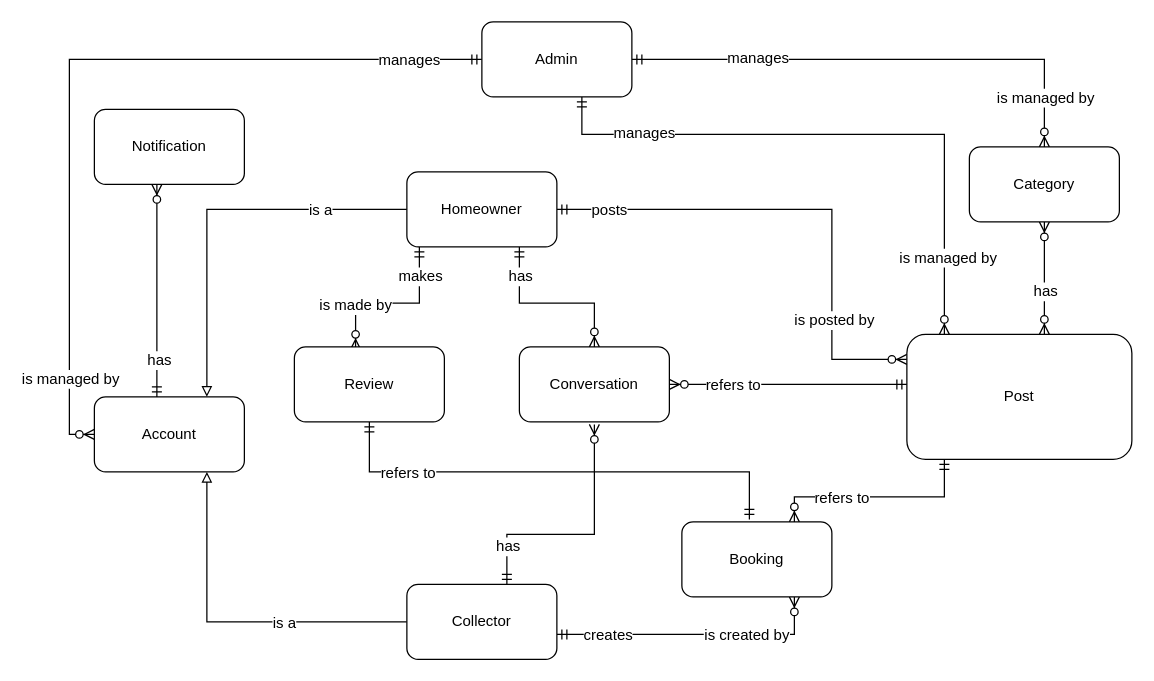
Before: Document/Diagram/Scrap Collector Conceptual Diagram.drawio in datndse63093/Capstone_JS_Spring2020_FE_Doc, a draw.io diagram. Source tidied: cells renumbered, new cells numbered last; positions are measured from the earlier drawing's top-left corner, leaving out a move shared by most shapes. Both pictures are drawn from the tidied source at 125%, with x=0, y=0 at pixel (94, 21).
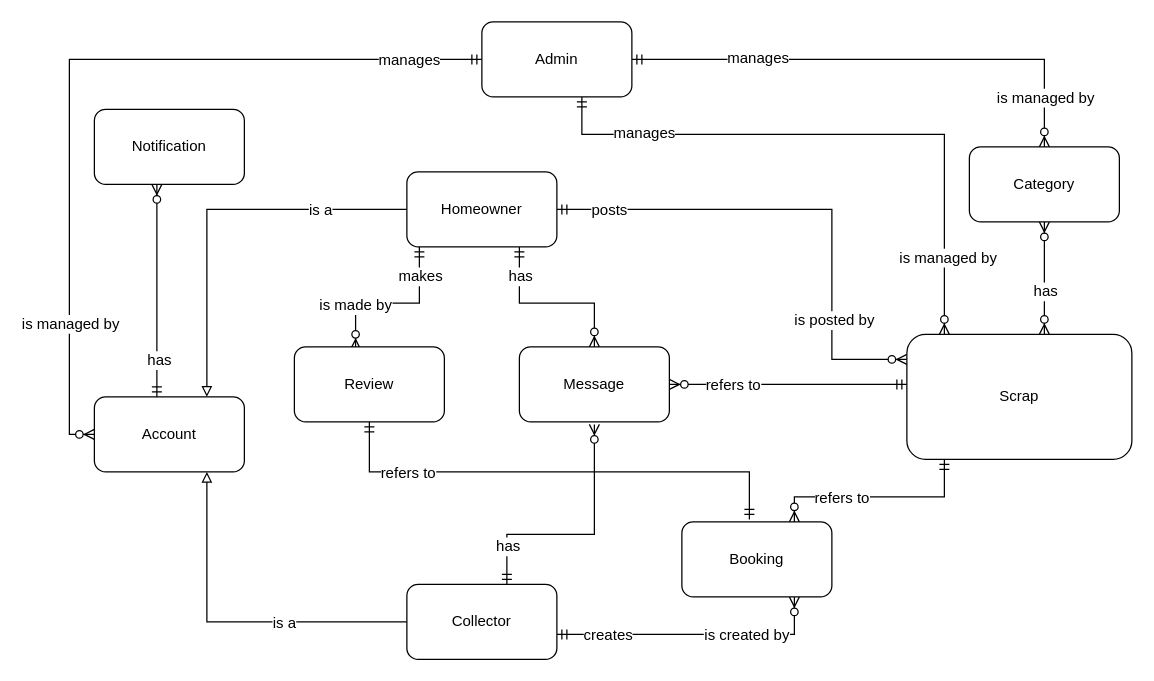
The same page after the edit.

Commit message (it also covers changes not shown here):
update class diagram + document

Unchanged cells that the change refers to:
```xml
<mxCell id="3" style="edgeStyle=orthogonalEdgeStyle;rounded=0;jettySize=auto;html=1;entryX=0;entryY=0.5;entryDx=0;entryDy=0;startArrow=ERmandOne;startFill=0;endArrow=ERzeroToMany;endFill=1;" parent="1" edge="1" source="12" target="2">
  <mxGeometry relative="1" as="geometry" />
</mxCell>
```

What changed in the source:
```diff
@@
     <mxCell id="5" value="is managed by" style="text;html=1;align=center;verticalAlign=middle;labelBackgroundColor=#ffffff;" parent="3" vertex="1">
-      <mxGeometry x="0.8" relative="1" as="geometry" />
+      <mxGeometry x="0.8" relative="1" as="geometry">
+        <mxPoint y="-44" as="offset" />
+      </mxGeometry>
     </mxCell>
@@
-    <mxCell id="38" value="Conversation" style="rounded=1;whiteSpace=wrap;html=1;" parent="1" vertex="1">
+    <mxCell id="38" value="Message" style="rounded=1;whiteSpace=wrap;html=1;" parent="1" vertex="1">
       <mxGeometry x="340" y="260" width="120" height="60" as="geometry" />
     </mxCell>
@@
-    <mxCell id="45" value="Post" style="rounded=1;whiteSpace=wrap;html=1;" parent="1" vertex="1">
+    <mxCell id="45" value="&lt;div&gt;Scrap&lt;/div&gt;" style="rounded=1;whiteSpace=wrap;html=1;" parent="1" vertex="1">
       <mxGeometry x="650" y="250" width="180" height="100" as="geometry" />
     </mxCell>
```
